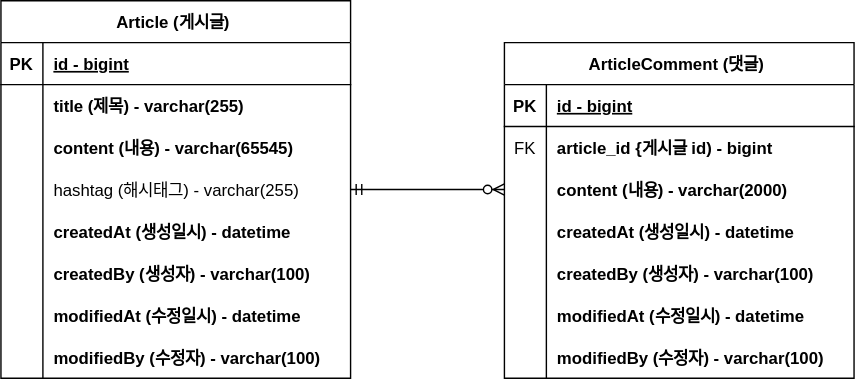
Earlier version of the draw.io export document/project-board-erd.svg (jihoon0413/project-board). Source tidied: cells renumbered, new cells last; positions are measured from the earlier drawing's top-left corner, leaving out a move shared by most shapes.
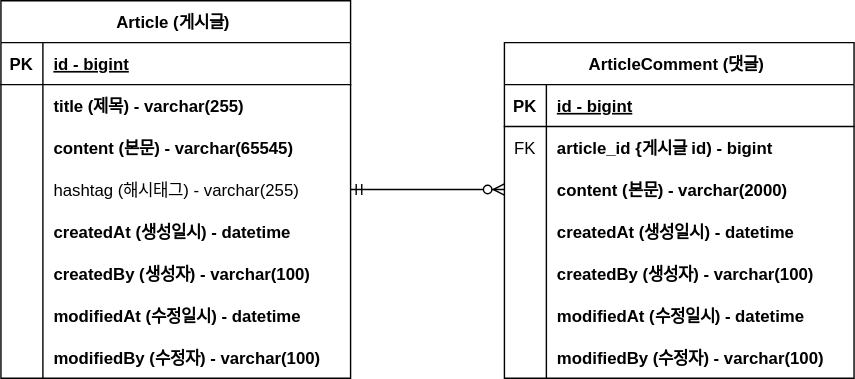
The same diagram one commit later.

Commit message:
#7 - ERD 주석 업데이트 : project-board-erd.svg

What changed in the source:
```diff
@@ -29,7 +29,7 @@
     <mxCell id="10" style="shape=partialRectangle;overflow=hidden;fillColor=none;top=0;left=0;bottom=0;right=0;" parent="9" vertex="1">
       <mxGeometry width="30" height="30" as="geometry" />
     </mxCell>
-    <mxCell id="11" value="content (내용) - varchar(65545)" style="shape=partialRectangle;overflow=hidden;fillColor=none;top=0;left=0;bottom=0;right=0;align=left;spacingLeft=6;fontStyle=1;" parent="9" vertex="1">
+    <mxCell id="11" value="content (본문) - varchar(65545)" style="shape=partialRectangle;overflow=hidden;fillColor=none;top=0;left=0;bottom=0;right=0;align=left;spacingLeft=6;fontStyle=1;" parent="9" vertex="1">
       <mxGeometry x="30" width="220" height="30" as="geometry" />
     </mxCell>
     <mxCell id="12" style="shape=partialRectangle;fillColor=none;points=[[0,0.5],[1,0.5]];portConstraint=eastwest;top=0;left=0;right=0;bottom=0;" parent="2" vertex="1">
@@ -104,7 +104,7 @@
     <mxCell id="35" style="shape=partialRectangle;overflow=hidden;fillColor=none;top=0;left=0;bottom=0;right=0;" parent="34" vertex="1">
       <mxGeometry width="30" height="30" as="geometry" />
     </mxCell>
-    <mxCell id="36" value="content (내용) - varchar(2000)" style="shape=partialRectangle;overflow=hidden;fillColor=none;top=0;left=0;bottom=0;right=0;align=left;spacingLeft=6;fontStyle=1;" parent="34" vertex="1">
+    <mxCell id="36" value="content (본문) - varchar(2000)" style="shape=partialRectangle;overflow=hidden;fillColor=none;top=0;left=0;bottom=0;right=0;align=left;spacingLeft=6;fontStyle=1;" parent="34" vertex="1">
       <mxGeometry x="30" width="220" height="30" as="geometry" />
     </mxCell>
     <mxCell id="37" style="shape=partialRectangle;fillColor=none;top=0;left=0;right=0;bottom=0;" parent="27" vertex="1">
```
